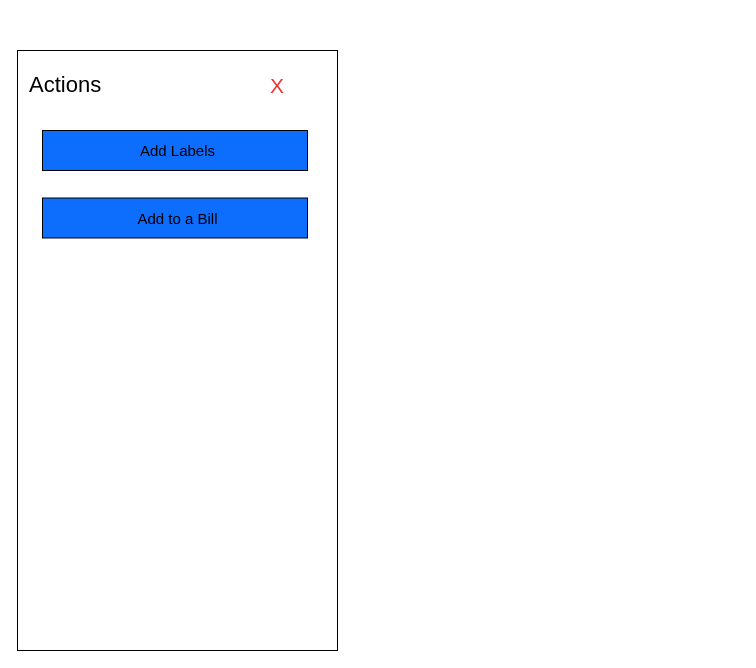
The draw.io diagram Untitled Diagram.drawio in LoPhawL/DrawIO_forBudgets, before the edit. Source tidied: cells renumbered, new cells numbered last; positions are measured from the earlier drawing's top-left corner, leaving out a move shared by most shapes. Both pictures are drawn from the tidied source at 100%, with x=0, y=0 at pixel (17, 50).
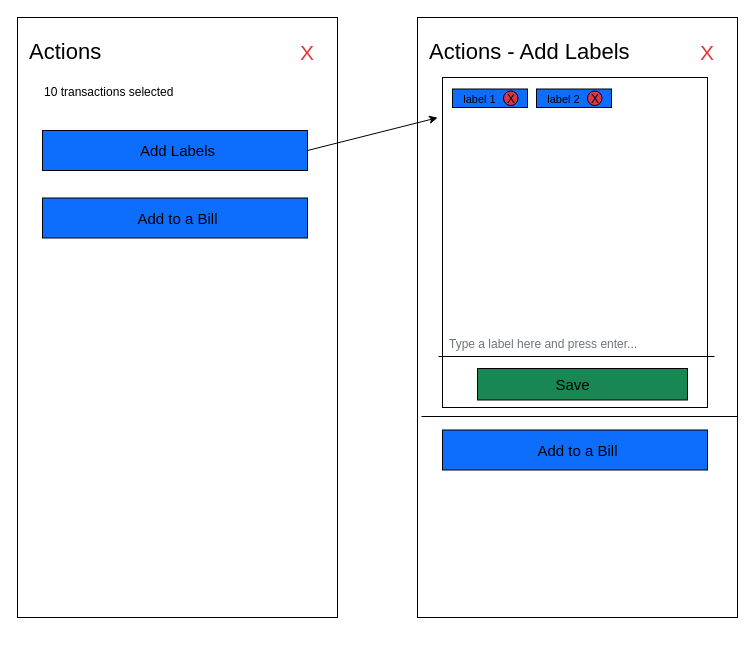
The same page after the edit.

Unchanged cells that the change refers to:
```xml
<mxCell id="5" style="rounded=0;whiteSpace=wrap;html=1;labelBackgroundColor=#0D6EFD;fillColor=#0D6EFD;" parent="1" vertex="1">
  <mxGeometry x="25" y="80" width="265" height="40" as="geometry" />
</mxCell>
```

Change to the diagram source:
```diff
@@
     <mxCell id="2" style="rounded=0;whiteSpace=wrap;html=1;" parent="1" vertex="1">
-      <mxGeometry width="320" height="600" as="geometry" />
+      <mxGeometry y="-33" width="320" height="600" as="geometry" />
     </mxCell>
     <mxCell id="3" value="Actions" style="text;html=1;strokeColor=none;fillColor=none;align=left;verticalAlign=middle;whiteSpace=wrap;rounded=0;fontSize=22;" parent="1" vertex="1">
-      <mxGeometry x="10" y="10" width="150" height="50" as="geometry" />
+      <mxGeometry x="10" y="-23" width="150" height="50" as="geometry" />
     </mxCell>
     <mxCell id="4" value="X" style="text;html=1;strokeColor=none;fillColor=none;align=center;verticalAlign=middle;whiteSpace=wrap;rounded=0;fontSize=21;fontColor=#ed3535;" parent="1" vertex="1">
-      <mxGeometry x="230" y="20" width="60" height="30" as="geometry" />
+      <mxGeometry x="260" y="-13" width="60" height="30" as="geometry" />
     </mxCell>
@@
+    <mxCell id="9" style="rounded=0;whiteSpace=wrap;html=1;" parent="1" vertex="1">
+      <mxGeometry x="400" y="-33" width="320" height="600" as="geometry" />
+    </mxCell>
+    <mxCell id="10" value="Actions - Add Labels" style="text;html=1;strokeColor=none;fillColor=none;align=left;verticalAlign=middle;whiteSpace=wrap;rounded=0;fontSize=22;" parent="1" vertex="1">
+      <mxGeometry x="410" y="-23" width="220" height="50" as="geometry" />
+    </mxCell>
+    <mxCell id="11" value="X" style="text;html=1;strokeColor=none;fillColor=none;align=center;verticalAlign=middle;whiteSpace=wrap;rounded=0;fontSize=21;fontColor=#ed3535;" parent="1" vertex="1">
+      <mxGeometry x="660" y="-13" width="60" height="30" as="geometry" />
+    </mxCell>
+    <mxCell id="12" style="rounded=0;whiteSpace=wrap;html=1;labelBackgroundColor=#0D6EFD;fillColor=#0D6EFD;" parent="1" vertex="1">
+      <mxGeometry x="425" y="379.5" width="265" height="40" as="geometry" />
+    </mxCell>
+    <mxCell id="13" value="Add to a Bill" style="text;html=1;strokeColor=none;fillColor=none;align=center;verticalAlign=middle;whiteSpace=wrap;rounded=0;fontSize=15;" parent="1" vertex="1">
+      <mxGeometry x="488.8" y="372" width="142.5" height="55" as="geometry" />
+    </mxCell>
+    <mxCell id="14" style="endArrow=classic;html=1;rounded=0;exitX=1;exitY=0.5;exitDx=0;exitDy=0;entryX=0.063;entryY=0.167;entryDx=0;entryDy=0;entryPerimeter=0;" parent="1" edge="1" source="5" target="9">
+      <mxGeometry relative="1" as="geometry" />
+    </mxCell>
+    <mxCell id="15" style="rounded=0;whiteSpace=wrap;html=1;" parent="1" vertex="1">
+      <mxGeometry x="425" y="27" width="265" height="330" as="geometry" />
+    </mxCell>
+    <mxCell id="16" value="10 transactions selected" style="text;html=1;strokeColor=none;fillColor=none;align=left;verticalAlign=middle;whiteSpace=wrap;rounded=0;" parent="1" vertex="1">
+      <mxGeometry x="25" y="27" width="245" height="30" as="geometry" />
+    </mxCell>
+    <mxCell id="17" style="rounded=0;whiteSpace=wrap;html=1;labelBackgroundColor=#198754;fillColor=#198754;" parent="1" vertex="1">
+      <mxGeometry x="460" y="318" width="210" height="31.5" as="geometry" />
+    </mxCell>
+    <mxCell id="18" value="Save" style="text;html=1;strokeColor=none;fillColor=none;align=center;verticalAlign=middle;whiteSpace=wrap;rounded=0;fontSize=15;" parent="1" vertex="1">
+      <mxGeometry x="483.8" y="311" width="142.5" height="45" as="geometry" />
+    </mxCell>
+    <mxCell id="19" style="endArrow=none;html=1;rounded=0;endSize=12;startSize=10;" parent="1" edge="1">
+      <mxGeometry relative="1" as="geometry">
+        <mxPoint x="421" y="306" as="sourcePoint" />
+        <mxPoint x="697" y="306" as="targetPoint" />
+      </mxGeometry>
+    </mxCell>
+    <mxCell id="20" value="Type a label here and press enter..." style="text;html=1;strokeColor=none;fillColor=none;align=left;verticalAlign=middle;whiteSpace=wrap;rounded=0;fontColor=#6C757D;" parent="1" vertex="1">
+      <mxGeometry x="429.8" y="279" width="241.2" height="30" as="geometry" />
+    </mxCell>
+    <mxCell id="21" style="rounded=0;whiteSpace=wrap;html=1;labelBackgroundColor=#0D6EFD;fillColor=#0D6EFD;" parent="1" vertex="1">
+      <mxGeometry x="435" y="38.5" width="75" height="18.5" as="geometry" />
+    </mxCell>
+    <mxCell id="22" value="label 1" style="text;html=1;strokeColor=none;fillColor=none;align=center;verticalAlign=middle;whiteSpace=wrap;rounded=0;fontSize=11;" parent="1" vertex="1">
+      <mxGeometry x="391" y="21" width="142.5" height="55" as="geometry" />
+    </mxCell>
+    <mxCell id="23" style="ellipse;whiteSpace=wrap;html=1;fillColor=#dc3545;" parent="1" vertex="1">
+      <mxGeometry x="486" y="40.5" width="14.5" height="14.5" as="geometry" />
+    </mxCell>
+    <mxCell id="24" value="X" style="text;html=1;strokeColor=none;fillColor=none;align=center;verticalAlign=middle;whiteSpace=wrap;rounded=0;" parent="1" vertex="1">
+      <mxGeometry x="464" y="34" width="60" height="30" as="geometry" />
+    </mxCell>
+    <mxCell id="25" style="rounded=0;whiteSpace=wrap;html=1;labelBackgroundColor=#0D6EFD;fillColor=#0D6EFD;" parent="1" vertex="1">
+      <mxGeometry x="519" y="38.5" width="75" height="18.5" as="geometry" />
+    </mxCell>
+    <mxCell id="26" value="label 2" style="text;html=1;strokeColor=none;fillColor=none;align=center;verticalAlign=middle;whiteSpace=wrap;rounded=0;fontSize=11;" parent="1" vertex="1">
+      <mxGeometry x="475" y="21" width="142.5" height="55" as="geometry" />
+    </mxCell>
+    <mxCell id="27" style="ellipse;whiteSpace=wrap;html=1;fillColor=#dc3545;" parent="1" vertex="1">
+      <mxGeometry x="570" y="40.5" width="14.5" height="14.5" as="geometry" />
+    </mxCell>
+    <mxCell id="28" value="X" style="text;html=1;strokeColor=none;fillColor=none;align=center;verticalAlign=middle;whiteSpace=wrap;rounded=0;" parent="1" vertex="1">
+      <mxGeometry x="548" y="34" width="60" height="30" as="geometry" />
+    </mxCell>
+    <mxCell id="29" style="endArrow=none;html=1;rounded=0;" parent="1" edge="1">
+      <mxGeometry relative="1" as="geometry">
+        <mxPoint x="404" y="366" as="sourcePoint" />
+        <mxPoint x="720" y="366" as="targetPoint" />
+      </mxGeometry>
+    </mxCell>
```
